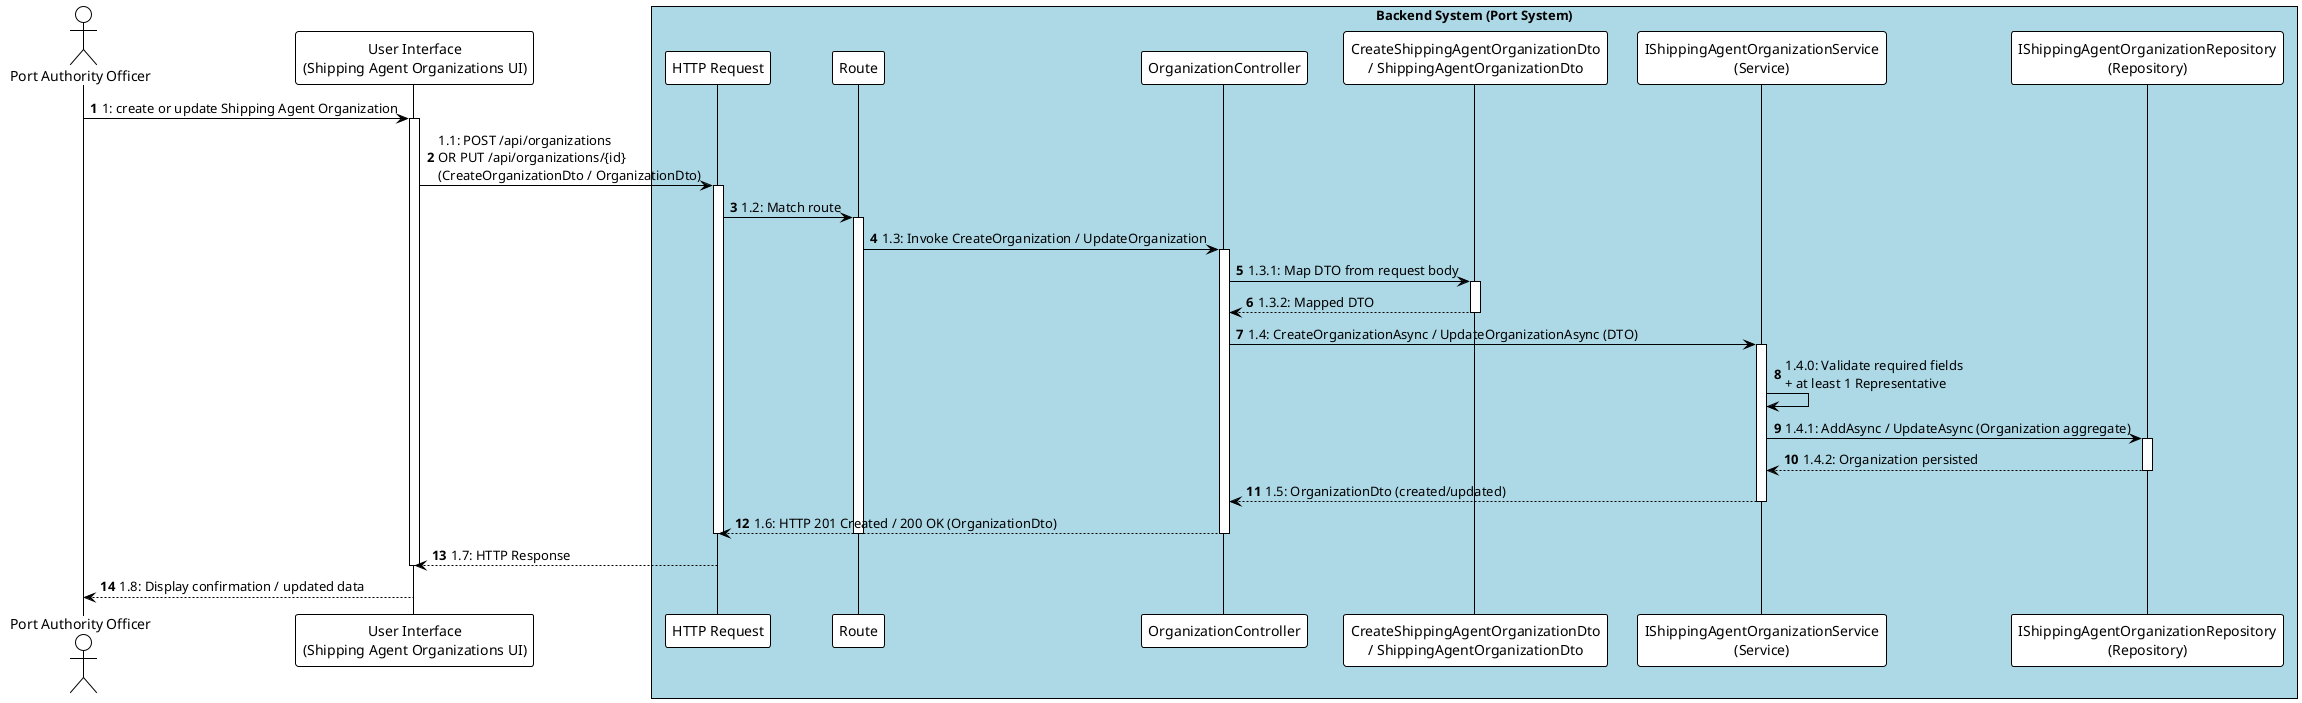
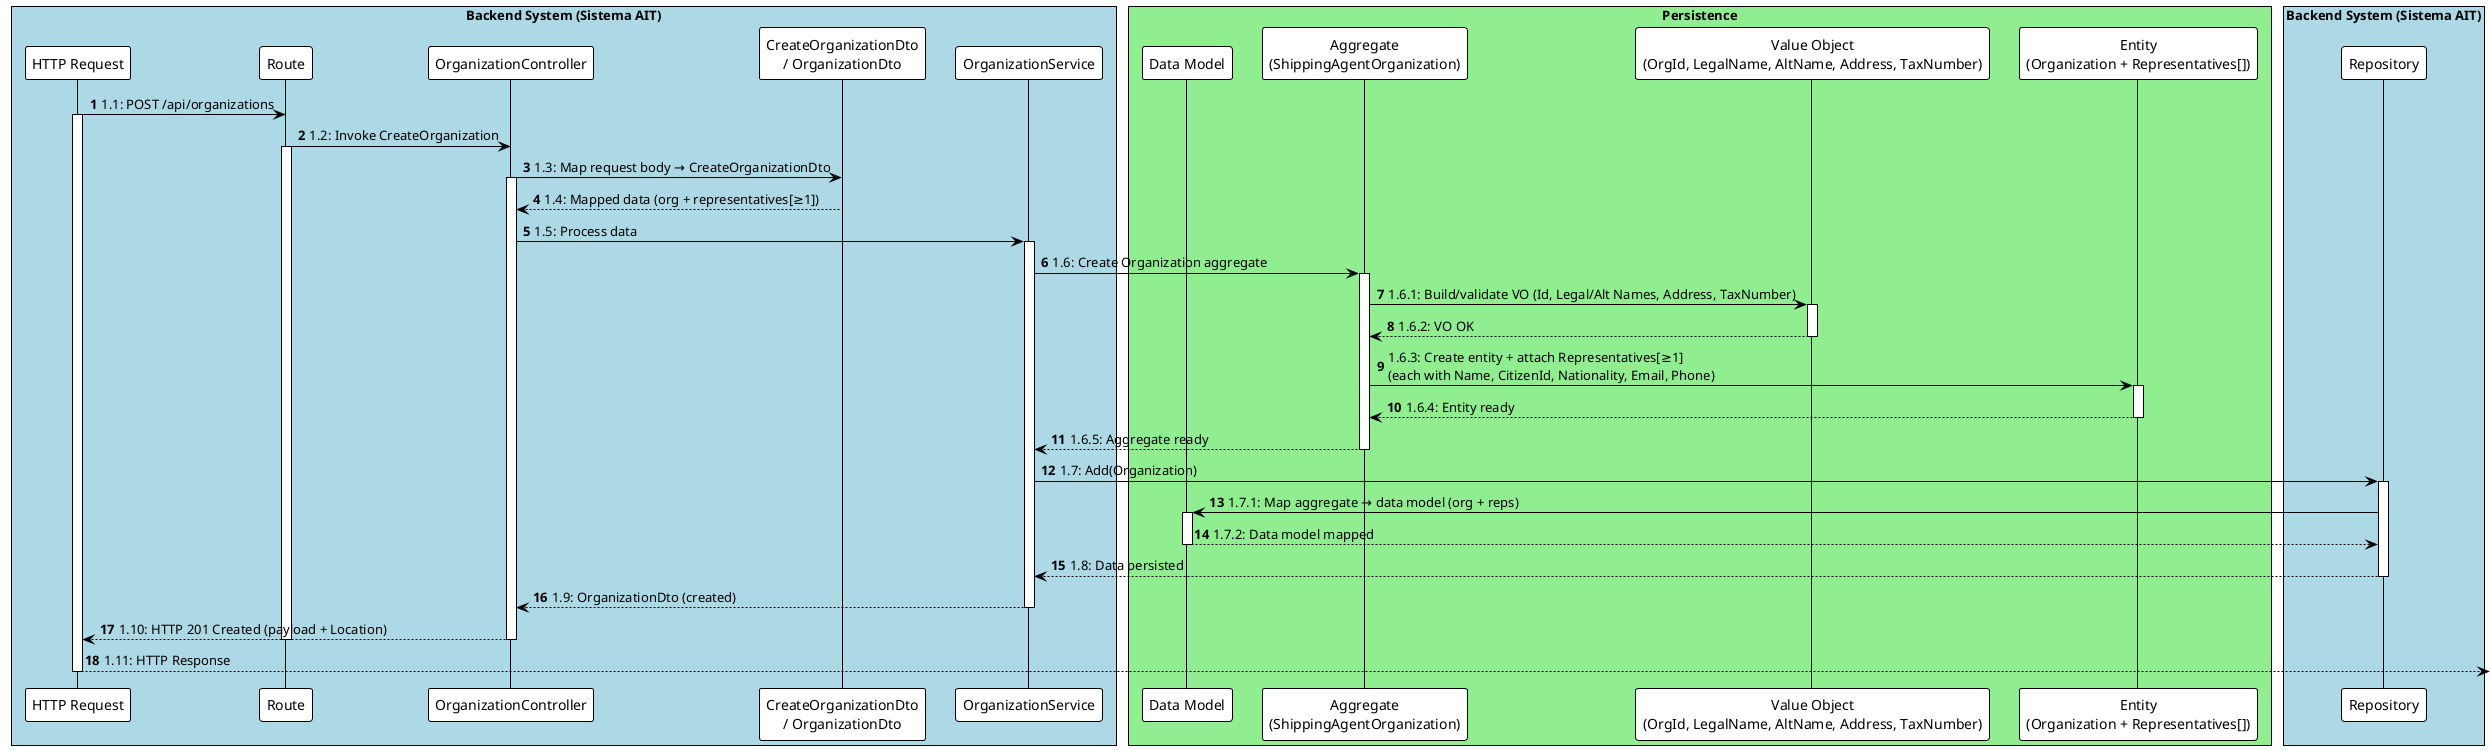
@startuml
!theme plain
autonumber

- actor "Port Authority Officer" as Officer
- participant "User Interface\n(Shipping Agent Organizations UI)" as UI
- 
- box "Backend System (Port System)" #LightBlue
+ box "Backend System (Sistema AIT)" #LightBlue
    participant "HTTP Request" as HttpRequest
    participant "Route" as Route
    participant "OrganizationController" as Controller
-     participant "CreateShippingAgentOrganizationDto\n/ ShippingAgentOrganizationDto" as Dto
-     participant "IShippingAgentOrganizationService\n(Service)" as Service
-     participant "IShippingAgentOrganizationRepository\n(Repository)" as Repository
+     participant "CreateOrganizationDto\n/ OrganizationDto" as Dto
+     participant "OrganizationService" as Service
+     box "Persistence" #LightGreen
+         participant "Data Model" as DataModel
+         participant "Aggregate\n(ShippingAgentOrganization)" as Aggregate
+         participant "Value Object\n(OrgId, LegalName, AltName, Address, TaxNumber)" as ValueObject
+         participant "Entity\n(Organization + Representatives[])" as Entity
+     end box
+     participant "Repository" as Repository
end box

- Officer -> UI : 1: create or update Shipping Agent Organization
- activate UI
+ HttpRequest -> Route : 1.1: POST /api/organizations
+ activate HttpRequest
+ Route -> Controller : 1.2: Invoke CreateOrganization
+ activate Route
+ Controller -> Dto : 1.3: Map request body → CreateOrganizationDto
+ activate Controller
+ Dto --> Controller : 1.4: Mapped data (org + representatives[≥1])
+ deactivate Dto
+ Controller -> Service : 1.5: Process data
+ activate Service

- UI -> HttpRequest : 1.1: POST /api/organizations\nOR PUT /api/organizations/{id}\n(CreateOrganizationDto / OrganizationDto)
- activate HttpRequest
- HttpRequest -> Route : 1.2: Match route
- activate Route
- Route -> Controller : 1.3: Invoke CreateOrganization / UpdateOrganization
- activate Controller
+ ' --- Domain build & validation (org + reps) ---
+ Service -> Aggregate : 1.6: Create Organization aggregate
+ activate Aggregate
+ Aggregate -> ValueObject : 1.6.1: Build/validate VO (Id, Legal/Alt Names, Address, TaxNumber)
+ activate ValueObject
+ ValueObject --> Aggregate : 1.6.2: VO OK
+ deactivate ValueObject
+ Aggregate -> Entity : 1.6.3: Create entity + attach Representatives[≥1]\n(each with Name, CitizenId, Nationality, Email, Phone)
+ activate Entity
+ Entity --> Aggregate : 1.6.4: Entity ready
+ deactivate Entity
+ Aggregate --> Service : 1.6.5: Aggregate ready
+ deactivate Aggregate

- Controller -> Dto : 1.3.1: Map DTO from request body
- activate Dto
- Dto --> Controller : 1.3.2: Mapped DTO
- deactivate Dto
- 
- Controller -> Service : 1.4: CreateOrganizationAsync / UpdateOrganizationAsync (DTO)
- activate Service
- Service -> Service : 1.4.0: Validate required fields\n+ at least 1 Representative
- 
- Service -> Repository : 1.4.1: AddAsync / UpdateAsync (Organization aggregate)
+ ' --- Persistence ---
+ Service -> Repository : 1.7: Add(Organization)
activate Repository
- Repository --> Service : 1.4.2: Organization persisted
+ Repository -> DataModel : 1.7.1: Map aggregate → data model (org + reps)
+ activate DataModel
+ DataModel --> Repository : 1.7.2: Data model mapped
+ deactivate DataModel
+ Repository --> Service : 1.8: Data persisted
deactivate Repository

- Service --> Controller : 1.5: OrganizationDto (created/updated)
+ Service --> Controller : 1.9: OrganizationDto (created)
deactivate Service
- 
- Controller --> HttpRequest : 1.6: HTTP 201 Created / 200 OK (OrganizationDto)
+ Controller --> HttpRequest : 1.10: HTTP 201 Created (payload + Location)
deactivate Controller
deactivate Route
+ HttpRequest --> : 1.11: HTTP Response
deactivate HttpRequest

- HttpRequest --> UI : 1.7: HTTP Response
- deactivate UI
- 
- UI --> Officer : 1.8: Display confirmation / updated data
- 
@enduml
